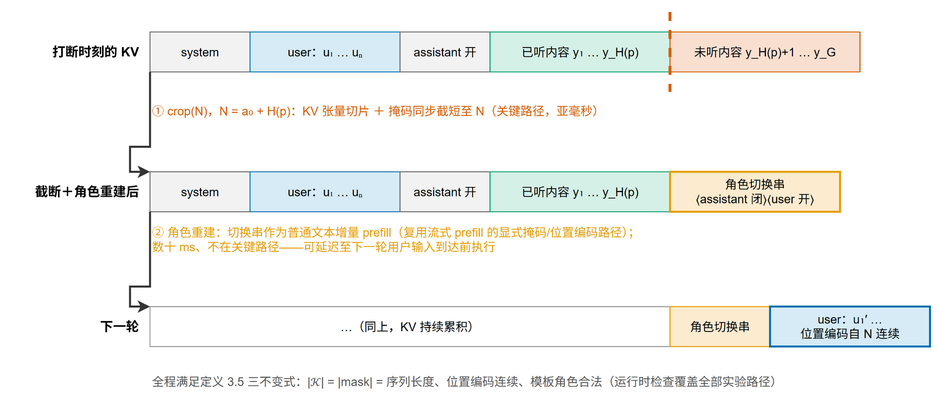
Earlier version of the draw.io export paper2/figures/fig4_4.png (hua0424/streamllm). Source tidied: cells renumbered, new cells last; positions are measured from the earlier drawing's top-left corner, leaving out a move shared by most shapes. Its diagram source:
```xml
<mxGraphModel>
  <root>
    <mxCell id="0" />
    <mxCell id="1" parent="0" />
    <mxCell id="2" value="打断时刻的 KV" style="text;html=1;align=right;verticalAlign=middle;fontSize=13;fontStyle=1;" parent="1" vertex="1">
      <mxGeometry y="20" width="130" height="40" as="geometry" />
    </mxCell>
    <mxCell id="3" value="system" style="rounded=0;whiteSpace=wrap;html=1;fillColor=#F2F2F2;strokeColor=#666666;fontSize=12;" parent="1" vertex="1">
      <mxGeometry x="140" y="20" width="100" height="40" as="geometry" />
    </mxCell>
    <mxCell id="4" value="user：u₁ … uₙ" style="rounded=0;whiteSpace=wrap;html=1;fillColor=#D6EBF5;strokeColor=#0072B2;fontSize=12;" parent="1" vertex="1">
      <mxGeometry x="240" y="20" width="150" height="40" as="geometry" />
    </mxCell>
    <mxCell id="5" value="assistant 开" style="rounded=0;whiteSpace=wrap;html=1;fillColor=#F2F2F2;strokeColor=#666666;fontSize=12;" parent="1" vertex="1">
      <mxGeometry x="390" y="20" width="90" height="40" as="geometry" />
    </mxCell>
    <mxCell id="6" value="已听内容 y₁ … y_H(p)" style="rounded=0;whiteSpace=wrap;html=1;fillColor=#D5F0E6;strokeColor=#009E73;fontSize=12;" parent="1" vertex="1">
      <mxGeometry x="480" y="20" width="180" height="40" as="geometry" />
    </mxCell>
    <mxCell id="7" value="未听内容 y_H(p)+1 … y_G" style="rounded=0;whiteSpace=wrap;html=1;fillColor=#F9DFD0;strokeColor=#D55E00;fontSize=12;" parent="1" vertex="1">
      <mxGeometry x="660" y="20" width="190" height="40" as="geometry" />
    </mxCell>
    <mxCell id="8" style="endArrow=none;dashed=1;strokeColor=#D55E00;strokeWidth=3;" parent="1" edge="1">
      <mxGeometry relative="1" as="geometry">
        <mxPoint x="660" as="sourcePoint" />
        <mxPoint x="660" y="80" as="targetPoint" />
      </mxGeometry>
    </mxCell>
    <mxCell id="9" value="① crop(N)，N = a₀ + H(p)：KV 张量切片 ＋ 掩码同步截短至 N（关键路径，亚毫秒）" style="text;html=1;align=left;verticalAlign=middle;fontSize=12;fontColor=#D55E00;" parent="1" vertex="1">
      <mxGeometry x="140" y="85" width="700" height="28" as="geometry" />
    </mxCell>
    <mxCell id="10" value="截断＋角色重建后" style="text;html=1;align=right;verticalAlign=middle;fontSize=13;fontStyle=1;" parent="1" vertex="1">
      <mxGeometry y="160" width="130" height="40" as="geometry" />
    </mxCell>
    <mxCell id="11" value="system" style="rounded=0;whiteSpace=wrap;html=1;fillColor=#F2F2F2;strokeColor=#666666;fontSize=12;" parent="1" vertex="1">
      <mxGeometry x="140" y="160" width="100" height="40" as="geometry" />
    </mxCell>
    <mxCell id="12" value="user：u₁ … uₙ" style="rounded=0;whiteSpace=wrap;html=1;fillColor=#D6EBF5;strokeColor=#0072B2;fontSize=12;" parent="1" vertex="1">
      <mxGeometry x="240" y="160" width="150" height="40" as="geometry" />
    </mxCell>
    <mxCell id="13" value="assistant 开" style="rounded=0;whiteSpace=wrap;html=1;fillColor=#F2F2F2;strokeColor=#666666;fontSize=12;" parent="1" vertex="1">
      <mxGeometry x="390" y="160" width="90" height="40" as="geometry" />
    </mxCell>
    <mxCell id="14" value="已听内容 y₁ … y_H(p)" style="rounded=0;whiteSpace=wrap;html=1;fillColor=#D5F0E6;strokeColor=#009E73;fontSize=12;" parent="1" vertex="1">
      <mxGeometry x="480" y="160" width="180" height="40" as="geometry" />
    </mxCell>
    <mxCell id="15" value="角色切换串&#10;⟨assistant 闭⟩⟨user 开⟩" style="rounded=0;whiteSpace=wrap;html=1;fillColor=#FDEBD0;strokeColor=#E69F00;strokeWidth=2;fontSize=12;" parent="1" vertex="1">
      <mxGeometry x="660" y="160" width="170" height="40" as="geometry" />
    </mxCell>
    <mxCell id="16" value="② 角色重建：切换串作为普通文本增量 prefill（复用流式 prefill 的显式掩码/位置编码路径）；&#10;数十 ms、不在关键路径——可延迟至下一轮用户输入到达前执行" style="text;html=1;align=left;verticalAlign=middle;fontSize=12;fontColor=#E69F00;" parent="1" vertex="1">
      <mxGeometry x="140" y="207" width="700" height="42" as="geometry" />
    </mxCell>
    <mxCell id="17" value="下一轮" style="text;html=1;align=right;verticalAlign=middle;fontSize=13;fontStyle=1;" parent="1" vertex="1">
      <mxGeometry y="295" width="130" height="40" as="geometry" />
    </mxCell>
    <mxCell id="18" value="…（同上，KV 持续累积）" style="rounded=0;whiteSpace=wrap;html=1;fillColor=#FFFFFF;strokeColor=#999999;fontSize=12;" parent="1" vertex="1">
      <mxGeometry x="140" y="295" width="520" height="40" as="geometry" />
    </mxCell>
    <mxCell id="19" value="角色切换串" style="rounded=0;whiteSpace=wrap;html=1;fillColor=#FDEBD0;strokeColor=#E69F00;fontSize=12;" parent="1" vertex="1">
      <mxGeometry x="660" y="295" width="100" height="40" as="geometry" />
    </mxCell>
    <mxCell id="20" value="user：u₁′ …&#10;位置编码自 N 连续" style="rounded=0;whiteSpace=wrap;html=1;fillColor=#D6EBF5;strokeColor=#0072B2;strokeWidth=2;fontSize=12;" parent="1" vertex="1">
      <mxGeometry x="760" y="295" width="160" height="40" as="geometry" />
    </mxCell>
    <mxCell id="21" style="edgeStyle=orthogonalEdgeStyle;rounded=0;html=1;strokeColor=#333333;strokeWidth=2;exitX=0;exitY=1;entryX=0;entryY=0;" parent="1" edge="1" source="3" target="11">
      <mxGeometry relative="1" as="geometry">
        <Array as="points">
          <mxPoint x="120" y="135" />
        </Array>
      </mxGeometry>
    </mxCell>
    <mxCell id="22" style="edgeStyle=orthogonalEdgeStyle;rounded=0;html=1;strokeColor=#333333;strokeWidth=2;exitX=0;exitY=1;entryX=0;entryY=0;" parent="1" edge="1" source="11" target="18">
      <mxGeometry relative="1" as="geometry">
        <Array as="points">
          <mxPoint x="120" y="275" />
        </Array>
      </mxGeometry>
    </mxCell>
    <mxCell id="23" value="全程满足定义 3.5 三不变式：|𝒦| = |mask| = 序列长度、位置编码连续、模板角色合法（运行时检查覆盖全部实验路径）" style="text;html=1;align=left;verticalAlign=middle;fontSize=12;fontColor=#555555;" parent="1" vertex="1">
      <mxGeometry x="140" y="355" width="740" height="30" as="geometry" />
    </mxCell>
  </root>
</mxGraphModel>
```
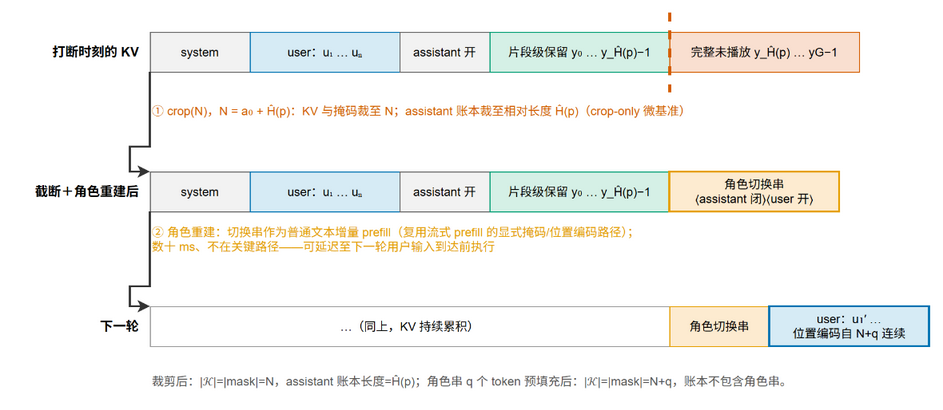
Later version of the same file.

Diff of the diagram source:
```diff
@@ -14,10 +14,10 @@
     <mxCell id="5" value="assistant 开" style="rounded=0;whiteSpace=wrap;html=1;fillColor=#F2F2F2;strokeColor=#666666;fontSize=12;" parent="1" vertex="1">
       <mxGeometry x="390" y="20" width="90" height="40" as="geometry" />
     </mxCell>
-    <mxCell id="6" value="已听内容 y₁ … y_H(p)" style="rounded=0;whiteSpace=wrap;html=1;fillColor=#D5F0E6;strokeColor=#009E73;fontSize=12;" parent="1" vertex="1">
+    <mxCell id="6" value="片段级保留 y₀ … y_Ĥ(p)−1" style="rounded=0;whiteSpace=wrap;html=1;fillColor=#D5F0E6;strokeColor=#009E73;fontSize=12;" parent="1" vertex="1">
       <mxGeometry x="480" y="20" width="180" height="40" as="geometry" />
     </mxCell>
-    <mxCell id="7" value="未听内容 y_H(p)+1 … y_G" style="rounded=0;whiteSpace=wrap;html=1;fillColor=#F9DFD0;strokeColor=#D55E00;fontSize=12;" parent="1" vertex="1">
+    <mxCell id="7" value="完整未播放 y_Ĥ(p) … yG−1" style="rounded=0;whiteSpace=wrap;html=1;fillColor=#F9DFD0;strokeColor=#D55E00;fontSize=12;" parent="1" vertex="1">
       <mxGeometry x="660" y="20" width="190" height="40" as="geometry" />
     </mxCell>
     <mxCell id="8" style="endArrow=none;dashed=1;strokeColor=#D55E00;strokeWidth=3;" parent="1" edge="1">
@@ -26,7 +26,7 @@
         <mxPoint x="660" y="80" as="targetPoint" />
       </mxGeometry>
     </mxCell>
-    <mxCell id="9" value="① crop(N)，N = a₀ + H(p)：KV 张量切片 ＋ 掩码同步截短至 N（关键路径，亚毫秒）" style="text;html=1;align=left;verticalAlign=middle;fontSize=12;fontColor=#D55E00;" parent="1" vertex="1">
+    <mxCell id="9" value="① crop(N)，N = a₀ + Ĥ(p)：KV 与掩码裁至 N；assistant 账本裁至相对长度 Ĥ(p)（crop-only 微基准）" style="text;html=1;align=left;verticalAlign=middle;fontSize=12;fontColor=#D55E00;" parent="1" vertex="1">
       <mxGeometry x="140" y="85" width="700" height="28" as="geometry" />
     </mxCell>
     <mxCell id="10" value="截断＋角色重建后" style="text;html=1;align=right;verticalAlign=middle;fontSize=13;fontStyle=1;" parent="1" vertex="1">
@@ -41,7 +41,7 @@
     <mxCell id="13" value="assistant 开" style="rounded=0;whiteSpace=wrap;html=1;fillColor=#F2F2F2;strokeColor=#666666;fontSize=12;" parent="1" vertex="1">
       <mxGeometry x="390" y="160" width="90" height="40" as="geometry" />
     </mxCell>
-    <mxCell id="14" value="已听内容 y₁ … y_H(p)" style="rounded=0;whiteSpace=wrap;html=1;fillColor=#D5F0E6;strokeColor=#009E73;fontSize=12;" parent="1" vertex="1">
+    <mxCell id="14" value="片段级保留 y₀ … y_Ĥ(p)−1" style="rounded=0;whiteSpace=wrap;html=1;fillColor=#D5F0E6;strokeColor=#009E73;fontSize=12;" parent="1" vertex="1">
       <mxGeometry x="480" y="160" width="180" height="40" as="geometry" />
     </mxCell>
     <mxCell id="15" value="角色切换串&#10;⟨assistant 闭⟩⟨user 开⟩" style="rounded=0;whiteSpace=wrap;html=1;fillColor=#FDEBD0;strokeColor=#E69F00;strokeWidth=2;fontSize=12;" parent="1" vertex="1">
@@ -59,7 +59,7 @@
     <mxCell id="19" value="角色切换串" style="rounded=0;whiteSpace=wrap;html=1;fillColor=#FDEBD0;strokeColor=#E69F00;fontSize=12;" parent="1" vertex="1">
       <mxGeometry x="660" y="295" width="100" height="40" as="geometry" />
     </mxCell>
-    <mxCell id="20" value="user：u₁′ …&#10;位置编码自 N 连续" style="rounded=0;whiteSpace=wrap;html=1;fillColor=#D6EBF5;strokeColor=#0072B2;strokeWidth=2;fontSize=12;" parent="1" vertex="1">
+    <mxCell id="20" value="user：u₁′ …&#10;位置编码自 N+q 连续" style="rounded=0;whiteSpace=wrap;html=1;fillColor=#D6EBF5;strokeColor=#0072B2;strokeWidth=2;fontSize=12;" parent="1" vertex="1">
       <mxGeometry x="760" y="295" width="160" height="40" as="geometry" />
     </mxCell>
     <mxCell id="21" style="edgeStyle=orthogonalEdgeStyle;rounded=0;html=1;strokeColor=#333333;strokeWidth=2;exitX=0;exitY=1;entryX=0;entryY=0;" parent="1" edge="1" source="3" target="11">
@@ -76,7 +76,7 @@
         </Array>
       </mxGeometry>
     </mxCell>
-    <mxCell id="23" value="全程满足定义 3.5 三不变式：|𝒦| = |mask| = 序列长度、位置编码连续、模板角色合法（运行时检查覆盖全部实验路径）" style="text;html=1;align=left;verticalAlign=middle;fontSize=12;fontColor=#555555;" parent="1" vertex="1">
+    <mxCell id="23" value="裁剪后：|𝒦|=|mask|=N，assistant 账本长度=Ĥ(p)；角色串 q 个 token 预填充后：|𝒦|=|mask|=N+q，账本不包含角色串。" style="text;html=1;align=left;verticalAlign=middle;fontSize=12;fontColor=#555555;" parent="1" vertex="1">
       <mxGeometry x="140" y="355" width="740" height="30" as="geometry" />
     </mxCell>
   </root>
```
